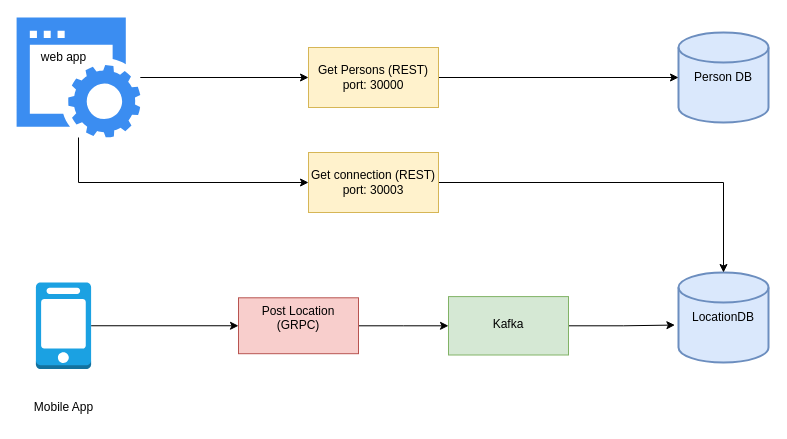
Above: digram.drawio in Fady-Refaat1/cn_nd_UdaConnect (draw.io), before the change. Source tidied: cells renumbered, new cells numbered last; positions are measured from the earlier drawing's top-left corner, leaving out a move shared by most shapes. Both pictures are drawn from the tidied source at 100%, with x=0, y=0 at pixel (16, 17).
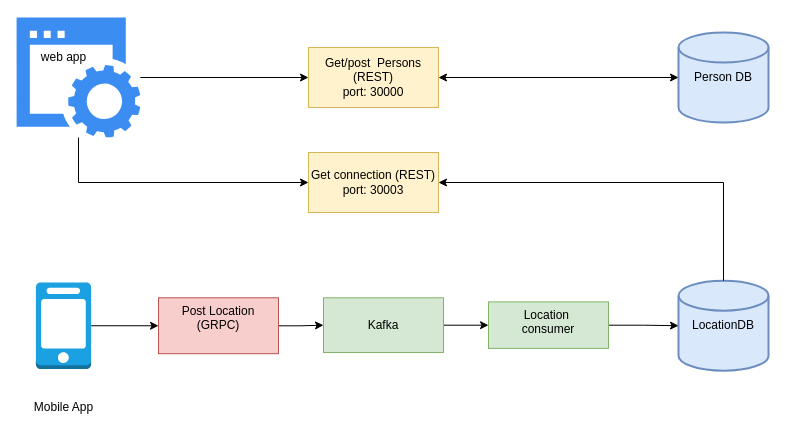
The same page after the edit.

Commit message (it also covers changes not shown here):
design correction and add location consumer image

The change refers to these unchanged cells:
```xml
<mxCell id="2" value="Person DB" style="strokeWidth=2;html=1;shape=mxgraph.flowchart.database;whiteSpace=wrap;fillColor=#dae8fc;strokeColor=#6c8ebf;" parent="1" vertex="1">
  <mxGeometry x="662" y="15" width="90" height="90" as="geometry" />
</mxCell>
<mxCell id="11" value="Get connection (REST)&lt;br&gt;port: 30003" style="whiteSpace=wrap;html=1;fillColor=#fff2cc;strokeColor=#d6b656;" parent="1" vertex="1">
  <mxGeometry x="292" y="135" width="130" height="60" as="geometry" />
</mxCell>
```

What changed in the source:
```diff
@@
     <mxCell id="3" value="LocationDB" style="strokeWidth=2;html=1;shape=mxgraph.flowchart.database;whiteSpace=wrap;fillColor=#dae8fc;strokeColor=#6c8ebf;" parent="1" vertex="1">
-      <mxGeometry x="662" y="255" width="90" height="90" as="geometry" />
+      <mxGeometry x="662" y="263.2" width="90" height="90" as="geometry" />
     </mxCell>
@@
-    <mxCell id="8" style="edgeStyle=orthogonalEdgeStyle;rounded=0;jettySize=auto;html=1;entryX=0;entryY=0.5;entryDx=0;entryDy=0;entryPerimeter=0;" parent="1" edge="1" source="9" target="2">
-      <mxGeometry relative="1" as="geometry" />
-    </mxCell>
-    <mxCell id="9" value="Get Persons (REST)&lt;br&gt;port: 30000" style="whiteSpace=wrap;html=1;fillColor=#fff2cc;strokeColor=#d6b656;" parent="1" vertex="1">
+    <mxCell id="9" value="Get/post&amp;nbsp; Persons (REST)&lt;br&gt;port: 30000" style="whiteSpace=wrap;html=1;fillColor=#fff2cc;strokeColor=#d6b656;" parent="1" vertex="1">
       <mxGeometry x="292" y="30" width="130" height="60" as="geometry" />
     </mxCell>
-    <mxCell id="10" style="edgeStyle=orthogonalEdgeStyle;rounded=0;jettySize=auto;html=1;entryX=0.5;entryY=0;entryDx=0;entryDy=0;entryPerimeter=0;" parent="1" edge="1" source="11" target="3">
-      <mxGeometry relative="1" as="geometry" />
-    </mxCell>
@@
     <mxCell id="15" value="Post Location&lt;br&gt;(GRPC)" style="whiteSpace=wrap;html=1;verticalAlign=top;fillColor=#f8cecc;dashed=0;strokeColor=#b85450;" parent="1" vertex="1">
-      <mxGeometry x="222" y="280.3" width="120" height="55.9" as="geometry" />
+      <mxGeometry x="142" y="280.3" width="120" height="55.9" as="geometry" />
     </mxCell>
-    <mxCell id="16" style="edgeStyle=orthogonalEdgeStyle;rounded=0;jettySize=auto;html=1;entryX=-0.04;entryY=0.584;entryDx=0;entryDy=0;entryPerimeter=0;" parent="1" edge="1" source="17" target="3">
-      <mxGeometry relative="1" as="geometry" />
-    </mxCell>
+    <mxCell id="19" style="edgeStyle=orthogonalEdgeStyle;rounded=0;jettySize=auto;html=1;" parent="1" edge="1" source="17" target="21">
+      <mxGeometry relative="1" as="geometry" />
+    </mxCell>
     <mxCell id="17" value="&lt;br&gt;Kafka" style="whiteSpace=wrap;html=1;verticalAlign=top;dashed=0;fillColor=#d5e8d4;strokeColor=#82b366;" parent="1" vertex="1">
-      <mxGeometry x="432" y="279.1" width="120" height="58.4" as="geometry" />
+      <mxGeometry x="307" y="280.3" width="120" height="54.7" as="geometry" />
     </mxCell>
@@
+    <mxCell id="20" style="edgeStyle=orthogonalEdgeStyle;rounded=0;jettySize=auto;html=1;" parent="1" edge="1" source="21" target="3">
+      <mxGeometry relative="1" as="geometry" />
+    </mxCell>
+    <mxCell id="21" value="Location&amp;nbsp;&lt;br&gt;consumer" style="whiteSpace=wrap;html=1;verticalAlign=top;dashed=0;fillColor=#d5e8d4;strokeColor=#82b366;" parent="1" vertex="1">
+      <mxGeometry x="472" y="284.4" width="120" height="46.5" as="geometry" />
+    </mxCell>
+    <mxCell id="8" style="endArrow=classic;startArrow=classic;html=1;rounded=0;entryX=0;entryY=0.5;entryDx=0;entryDy=0;entryPerimeter=0;exitX=1;exitY=0.5;exitDx=0;exitDy=0;" parent="1" edge="1" source="9" target="2">
+      <mxGeometry relative="1" as="geometry" />
+    </mxCell>
+    <mxCell id="22" style="endArrow=classic;html=1;rounded=0;exitX=0.5;exitY=0;exitDx=0;exitDy=0;exitPerimeter=0;entryX=1;entryY=0.5;entryDx=0;entryDy=0;" parent="1" edge="1" source="3" target="11">
+      <mxGeometry relative="1" as="geometry">
+        <Array as="points">
+          <mxPoint x="707" y="165" />
+        </Array>
+      </mxGeometry>
+    </mxCell>
```
